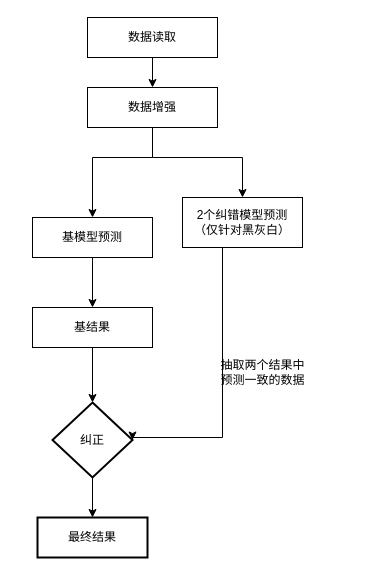
The draw.io diagram 模型组成.drawio in jiangyuanyuan1/invention, before the edit. Source tidied: cells renumbered, new cells numbered last; positions are measured from the earlier drawing's top-left corner, leaving out a move shared by most shapes. Both pictures are drawn from the tidied source at 100%, with x=0, y=0 at pixel (32, 17).
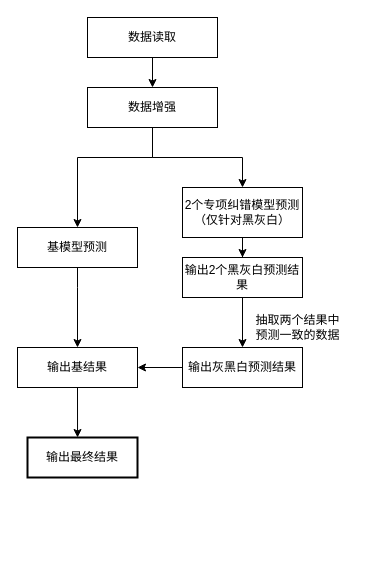
The same diagram, later.

Commit message:
更新模型组成.drawio

Unchanged cells that the change refers to:
```xml
<mxCell id="6" value="数据增强" style="rounded=0;whiteSpace=wrap;html=1;" parent="1" vertex="1">
  <mxGeometry x="55" y="70" width="130" height="40" as="geometry" />
</mxCell>
```

Change to the diagram source:
```diff
@@
     <mxCell id="4" style="edgeStyle=orthogonalEdgeStyle;rounded=0;jettySize=auto;html=1;entryX=0.5;entryY=0;entryDx=0;entryDy=0;" parent="1" edge="1" source="6" target="8">
       <mxGeometry relative="1" as="geometry">
         <Array as="points">
           <mxPoint x="120" y="140" />
-          <mxPoint x="60" y="140" />
+          <mxPoint x="45" y="140" />
         </Array>
       </mxGeometry>
     </mxCell>
@@
     <mxCell id="7" style="edgeStyle=orthogonalEdgeStyle;rounded=0;jettySize=auto;html=1;" parent="1" edge="1" source="8" target="10">
-      <mxGeometry relative="1" as="geometry" />
+      <mxGeometry relative="1" as="geometry">
+        <Array as="points">
+          <mxPoint x="45" y="270" />
+          <mxPoint x="45" y="270" />
+        </Array>
+      </mxGeometry>
     </mxCell>
     <mxCell id="8" value="基模型预测" style="rounded=0;whiteSpace=wrap;html=1;" parent="1" vertex="1">
-      <mxGeometry y="200" width="120" height="40" as="geometry" />
+      <mxGeometry x="-15" y="210" width="120" height="40" as="geometry" />
     </mxCell>
-    <mxCell id="9" style="edgeStyle=orthogonalEdgeStyle;rounded=0;jettySize=auto;html=1;" parent="1" edge="1" source="10" target="15">
-      <mxGeometry relative="1" as="geometry" />
-    </mxCell>
-    <mxCell id="10" value="基结果&lt;br&gt;" style="rounded=0;whiteSpace=wrap;html=1;" parent="1" vertex="1">
-      <mxGeometry y="290" width="120" height="40" as="geometry" />
+    <mxCell id="10" value="输出基结果" style="rounded=0;whiteSpace=wrap;html=1;" parent="1" vertex="1">
+      <mxGeometry x="-15" y="330" width="120" height="40" as="geometry" />
     </mxCell>
-    <mxCell id="11" style="edgeStyle=orthogonalEdgeStyle;rounded=0;jettySize=auto;html=1;entryX=1;entryY=0.5;entryDx=0;entryDy=0;entryPerimeter=0;" parent="1" edge="1" source="12" target="15">
-      <mxGeometry relative="1" as="geometry">
-        <Array as="points">
-          <mxPoint x="190" y="420" />
-          <mxPoint x="100" y="420" />
-        </Array>
-      </mxGeometry>
-    </mxCell>
+    <mxCell id="17" style="edgeStyle=orthogonalEdgeStyle;rounded=0;jettySize=auto;html=1;" parent="1" edge="1" source="12" target="19">
+      <mxGeometry relative="1" as="geometry" />
+    </mxCell>
-    <mxCell id="12" value="2个纠错模型预测&lt;br&gt;（仅针对黑灰白）" style="rounded=0;whiteSpace=wrap;html=1;" parent="1" vertex="1">
-      <mxGeometry x="150" y="180" width="120" height="50" as="geometry" />
+    <mxCell id="12" value="2个专项纠错模型预测&lt;br&gt;（仅针对黑灰白）" style="rounded=0;whiteSpace=wrap;html=1;" parent="1" vertex="1">
+      <mxGeometry x="150" y="170" width="120" height="50" as="geometry" />
     </mxCell>
     <mxCell id="13" value="抽取两个结果中&lt;br&gt;预测一致的数据" style="text;html=1;align=center;verticalAlign=middle;strokeColor=none;fillColor=none;" parent="1" vertex="1">
-      <mxGeometry x="175" y="335" width="110" height="40" as="geometry" />
+      <mxGeometry x="210" y="290" width="110" height="40" as="geometry" />
     </mxCell>
-    <mxCell id="14" style="edgeStyle=orthogonalEdgeStyle;rounded=0;jettySize=auto;html=1;" parent="1" edge="1" source="15" target="16">
-      <mxGeometry relative="1" as="geometry" />
-    </mxCell>
-    <mxCell id="15" value="纠正" style="strokeWidth=2;html=1;shape=mxgraph.flowchart.decision;whiteSpace=wrap;" parent="1" vertex="1">
-      <mxGeometry x="20" y="385" width="80" height="75" as="geometry" />
-    </mxCell>
-    <mxCell id="16" value="最终结果" style="whiteSpace=wrap;html=1;strokeWidth=2;" parent="1" vertex="1">
-      <mxGeometry x="5" y="500" width="110" height="40" as="geometry" />
+    <mxCell id="16" value="输出最终结果" style="whiteSpace=wrap;html=1;strokeWidth=2;" parent="1" vertex="1">
+      <mxGeometry x="-5" y="420" width="110" height="40" as="geometry" />
     </mxCell>
+    <mxCell id="18" style="edgeStyle=orthogonalEdgeStyle;rounded=0;jettySize=auto;html=1;" parent="1" edge="1" source="19" target="21">
+      <mxGeometry relative="1" as="geometry" />
+    </mxCell>
+    <mxCell id="19" value="输出2个黑灰白预测结果" style="rounded=0;whiteSpace=wrap;html=1;" parent="1" vertex="1">
+      <mxGeometry x="150" y="240" width="120" height="40" as="geometry" />
+    </mxCell>
+    <mxCell id="20" style="edgeStyle=orthogonalEdgeStyle;rounded=0;jettySize=auto;html=1;" parent="1" edge="1" source="21" target="10">
+      <mxGeometry relative="1" as="geometry" />
+    </mxCell>
+    <mxCell id="21" value="输出灰黑白预测结果" style="rounded=0;whiteSpace=wrap;html=1;" parent="1" vertex="1">
+      <mxGeometry x="150" y="330" width="120" height="40" as="geometry" />
+    </mxCell>
+    <mxCell id="22" style="endArrow=classic;html=1;rounded=0;entryX=0.455;entryY=0;entryDx=0;entryDy=0;exitX=0.5;exitY=1;exitDx=0;exitDy=0;entryPerimeter=0;" parent="1" edge="1" source="10" target="16">
+      <mxGeometry relative="1" as="geometry" />
+    </mxCell>
```
